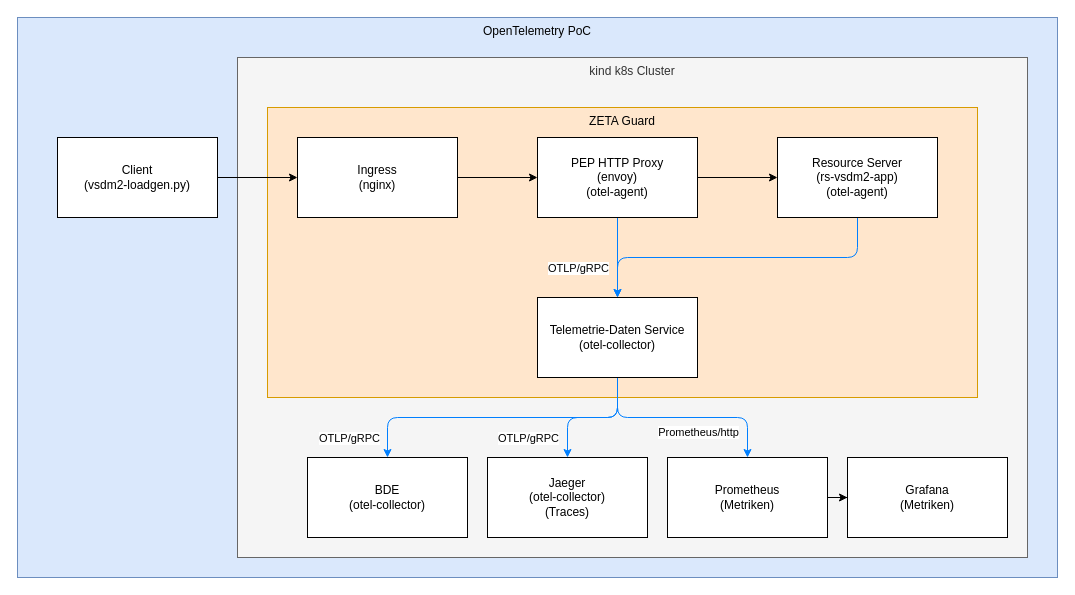
Above: src/drawio/opentelemetry-poc.drawio in gematik/spec-t20r (draw.io), before the change. Source tidied: cells renumbered, new cells numbered last; positions are measured from the earlier drawing's top-left corner, leaving out a move shared by most shapes. Both pictures are drawn from the tidied source at 100%, with x=0, y=0 at pixel (17, 17).
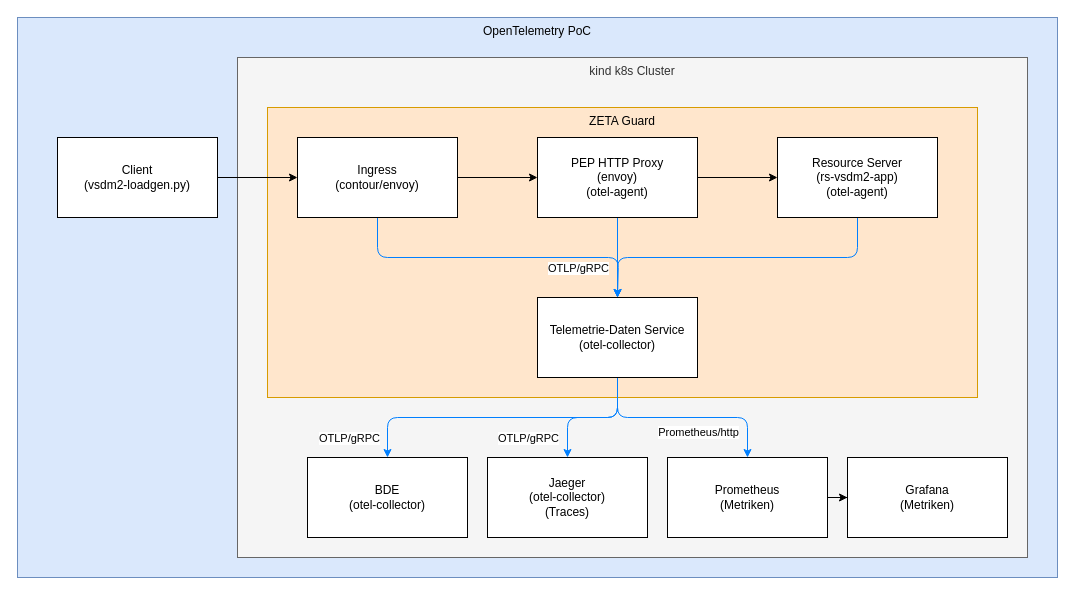
After the change.

Change to the diagram source:
```diff
@@
+    <mxCell id="27" style="edgeStyle=orthogonalEdgeStyle;rounded=1;jettySize=auto;html=1;curved=0;strokeColor=#007FFF;" parent="1" edge="1" source="8">
+      <mxGeometry relative="1" as="geometry">
+        <mxPoint x="600" y="280" as="targetPoint" />
+        <Array as="points">
+          <mxPoint x="360" y="240" />
+          <mxPoint x="601" y="240" />
+        </Array>
+      </mxGeometry>
+    </mxCell>
-    <mxCell id="8" value="Ingress&lt;div&gt;(nginx)&lt;/div&gt;" style="rounded=0;whiteSpace=wrap;html=1;" parent="1" vertex="1">
+    <mxCell id="8" value="Ingress&lt;div&gt;(contour/envoy)&lt;/div&gt;" style="rounded=0;whiteSpace=wrap;html=1;" parent="1" vertex="1">
       <mxGeometry x="280" y="120" width="160" height="80" as="geometry" />
     </mxCell>
```
